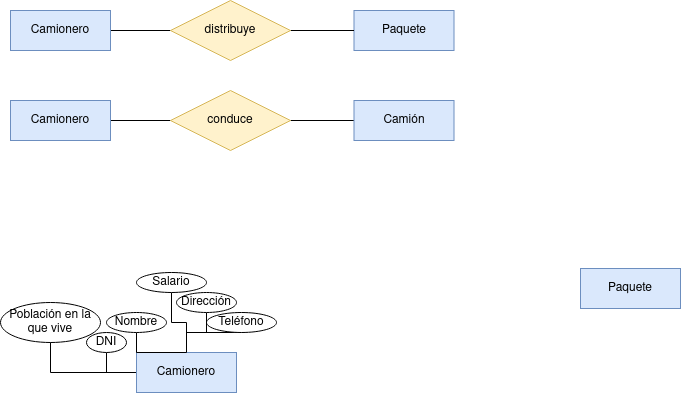
Before: Unidad-1/Tareas/Tarea-3/Diagrama Tarea 4.drawio.png, a diagram exported from draw.io (RafaelMayor/base-datos). Source tidied: cells renumbered, new cells last; positions are measured from the earlier drawing's top-left corner, leaving out a move shared by most shapes. Its diagram source:
```xml
<mxGraphModel>
  <root>
    <mxCell id="0" />
    <mxCell id="1" parent="0" />
    <mxCell id="2" style="edgeStyle=orthogonalEdgeStyle;rounded=0;jettySize=auto;html=1;entryX=0;entryY=0.5;entryDx=0;entryDy=0;endArrow=none;endFill=0;" parent="1" edge="1" source="3" target="6">
      <mxGeometry relative="1" as="geometry" />
    </mxCell>
    <mxCell id="3" value="Camionero" style="whiteSpace=wrap;html=1;align=center;fillColor=#dae8fc;strokeColor=#6c8ebf;" parent="1" vertex="1">
      <mxGeometry x="10" y="10" width="100" height="40" as="geometry" />
    </mxCell>
    <mxCell id="4" value="Paquete" style="whiteSpace=wrap;html=1;align=center;fillColor=#dae8fc;strokeColor=#6c8ebf;" parent="1" vertex="1">
      <mxGeometry x="353.5" y="10" width="100" height="40" as="geometry" />
    </mxCell>
    <mxCell id="5" style="edgeStyle=orthogonalEdgeStyle;rounded=0;jettySize=auto;html=1;entryX=0;entryY=0.5;entryDx=0;entryDy=0;endArrow=none;endFill=0;" parent="1" edge="1" source="6" target="4">
      <mxGeometry relative="1" as="geometry" />
    </mxCell>
    <mxCell id="6" value="&lt;div&gt;distribuye&lt;/div&gt;" style="shape=rhombus;perimeter=rhombusPerimeter;whiteSpace=wrap;html=1;align=center;fillColor=#fff2cc;strokeColor=#d6b656;" parent="1" vertex="1">
      <mxGeometry x="170" width="120" height="60" as="geometry" />
    </mxCell>
    <mxCell id="7" style="edgeStyle=orthogonalEdgeStyle;rounded=0;jettySize=auto;html=1;entryX=0;entryY=0.5;entryDx=0;entryDy=0;endArrow=none;endFill=0;" parent="1" edge="1" source="8" target="10">
      <mxGeometry relative="1" as="geometry" />
    </mxCell>
    <mxCell id="8" value="Camionero" style="whiteSpace=wrap;html=1;align=center;fillColor=#dae8fc;strokeColor=#6c8ebf;" parent="1" vertex="1">
      <mxGeometry x="10" y="100" width="100" height="40" as="geometry" />
    </mxCell>
    <mxCell id="9" style="edgeStyle=orthogonalEdgeStyle;rounded=0;jettySize=auto;html=1;entryX=0;entryY=0.5;entryDx=0;entryDy=0;endArrow=none;endFill=0;" parent="1" edge="1" source="10" target="11">
      <mxGeometry relative="1" as="geometry" />
    </mxCell>
    <mxCell id="10" value="conduce" style="shape=rhombus;perimeter=rhombusPerimeter;whiteSpace=wrap;html=1;align=center;fillColor=#fff2cc;strokeColor=#d6b656;" parent="1" vertex="1">
      <mxGeometry x="170" y="90" width="120" height="60" as="geometry" />
    </mxCell>
    <mxCell id="11" value="Camión" style="whiteSpace=wrap;html=1;align=center;fillColor=#dae8fc;strokeColor=#6c8ebf;" parent="1" vertex="1">
      <mxGeometry x="353.5" y="100" width="100" height="40" as="geometry" />
    </mxCell>
    <mxCell id="12" style="edgeStyle=orthogonalEdgeStyle;rounded=0;jettySize=auto;html=1;entryX=0.5;entryY=1;entryDx=0;entryDy=0;endArrow=none;endFill=0;" parent="1" edge="1" source="16" target="18">
      <mxGeometry relative="1" as="geometry" />
    </mxCell>
    <mxCell id="13" style="edgeStyle=orthogonalEdgeStyle;rounded=0;jettySize=auto;html=1;entryX=0.5;entryY=1;entryDx=0;entryDy=0;endArrow=none;endFill=0;" parent="1" edge="1" source="16" target="21">
      <mxGeometry relative="1" as="geometry" />
    </mxCell>
    <mxCell id="14" style="edgeStyle=orthogonalEdgeStyle;rounded=0;jettySize=auto;html=1;entryX=0.5;entryY=1;entryDx=0;entryDy=0;endArrow=none;endFill=0;" parent="1" edge="1" source="16" target="24">
      <mxGeometry relative="1" as="geometry" />
    </mxCell>
    <mxCell id="15" style="edgeStyle=orthogonalEdgeStyle;rounded=0;jettySize=auto;html=1;endArrow=none;endFill=0;entryX=0.5;entryY=0.9;entryDx=0;entryDy=0;entryPerimeter=0;" parent="1" edge="1" source="16" target="25">
      <mxGeometry relative="1" as="geometry" />
    </mxCell>
    <mxCell id="16" value="Camionero" style="whiteSpace=wrap;html=1;align=center;fillColor=#dae8fc;strokeColor=#6c8ebf;" parent="1" vertex="1">
      <mxGeometry x="136" y="352" width="100" height="40" as="geometry" />
    </mxCell>
    <mxCell id="17" value="Paquete" style="whiteSpace=wrap;html=1;align=center;fillColor=#dae8fc;strokeColor=#6c8ebf;" parent="1" vertex="1">
      <mxGeometry x="580" y="268" width="100" height="40" as="geometry" />
    </mxCell>
    <mxCell id="18" value="DNI" style="ellipse;whiteSpace=wrap;html=1;align=center;" parent="1" vertex="1">
      <mxGeometry x="86" y="332" width="40" height="20" as="geometry" />
    </mxCell>
    <mxCell id="19" style="edgeStyle=orthogonalEdgeStyle;rounded=0;jettySize=auto;html=1;entryX=0.5;entryY=0;entryDx=0;entryDy=0;endArrow=none;endFill=0;" parent="1" edge="1" source="20" target="16">
      <mxGeometry relative="1" as="geometry" />
    </mxCell>
    <mxCell id="20" value="Nombre" style="ellipse;whiteSpace=wrap;html=1;align=center;" parent="1" vertex="1">
      <mxGeometry x="106" y="312" width="60" height="20" as="geometry" />
    </mxCell>
    <mxCell id="21" value="Teléfono" style="ellipse;whiteSpace=wrap;html=1;align=center;" parent="1" vertex="1">
      <mxGeometry x="206" y="312" width="70" height="20" as="geometry" />
    </mxCell>
    <mxCell id="22" style="edgeStyle=orthogonalEdgeStyle;rounded=0;jettySize=auto;html=1;exitX=0.5;exitY=1;exitDx=0;exitDy=0;entryX=0.5;entryY=0;entryDx=0;entryDy=0;endArrow=none;endFill=0;" parent="1" edge="1" source="23" target="16">
      <mxGeometry relative="1" as="geometry" />
    </mxCell>
    <mxCell id="23" value="Dirección" style="ellipse;whiteSpace=wrap;html=1;align=center;" parent="1" vertex="1">
      <mxGeometry x="176" y="292" width="60" height="20" as="geometry" />
    </mxCell>
    <mxCell id="24" value="Salario" style="ellipse;whiteSpace=wrap;html=1;align=center;" parent="1" vertex="1">
      <mxGeometry x="136" y="272" width="70" height="20" as="geometry" />
    </mxCell>
    <mxCell id="25" value="Población en la que vive" style="ellipse;whiteSpace=wrap;html=1;align=center;" parent="1" vertex="1">
      <mxGeometry y="302" width="100" height="40" as="geometry" />
    </mxCell>
  </root>
</mxGraphModel>
```
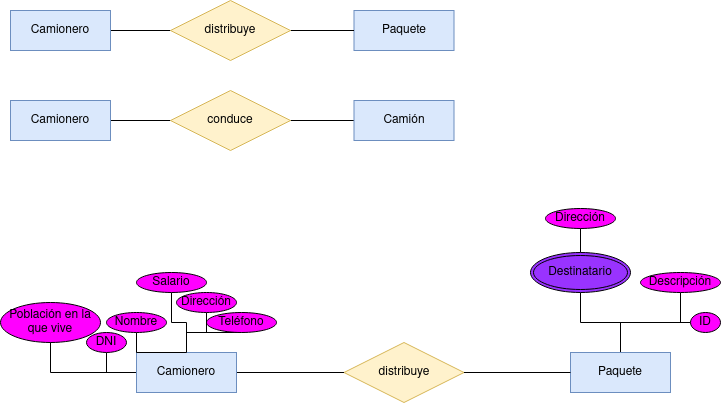
After the commit.

The edit, as a diff of the source:
```diff
@@ -44,35 +44,68 @@
     <mxCell id="15" style="edgeStyle=orthogonalEdgeStyle;rounded=0;jettySize=auto;html=1;endArrow=none;endFill=0;entryX=0.5;entryY=0.9;entryDx=0;entryDy=0;entryPerimeter=0;" parent="1" edge="1" source="16" target="25">
       <mxGeometry relative="1" as="geometry" />
     </mxCell>
+    <mxCell id="26" style="edgeStyle=orthogonalEdgeStyle;rounded=0;jettySize=auto;html=1;entryX=0;entryY=0.5;entryDx=0;entryDy=0;endArrow=none;endFill=0;" parent="1" edge="1" source="16" target="36">
+      <mxGeometry relative="1" as="geometry" />
+    </mxCell>
     <mxCell id="16" value="Camionero" style="whiteSpace=wrap;html=1;align=center;fillColor=#dae8fc;strokeColor=#6c8ebf;" parent="1" vertex="1">
       <mxGeometry x="136" y="352" width="100" height="40" as="geometry" />
     </mxCell>
+    <mxCell id="27" style="edgeStyle=orthogonalEdgeStyle;rounded=0;jettySize=auto;html=1;entryX=0;entryY=0.5;entryDx=0;entryDy=0;endArrow=none;endFill=0;exitX=0.5;exitY=0;exitDx=0;exitDy=0;" parent="1" edge="1" source="17" target="30">
+      <mxGeometry relative="1" as="geometry" />
+    </mxCell>
+    <mxCell id="28" style="edgeStyle=orthogonalEdgeStyle;rounded=0;jettySize=auto;html=1;entryX=0.5;entryY=1;entryDx=0;entryDy=0;endArrow=none;endFill=0;" parent="1" edge="1" source="17" target="34">
+      <mxGeometry relative="1" as="geometry" />
+    </mxCell>
+    <mxCell id="29" style="edgeStyle=orthogonalEdgeStyle;rounded=0;jettySize=auto;html=1;entryX=0.5;entryY=1;entryDx=0;entryDy=0;endArrow=none;endFill=0;" parent="1" edge="1" source="17" target="31">
+      <mxGeometry relative="1" as="geometry" />
+    </mxCell>
     <mxCell id="17" value="Paquete" style="whiteSpace=wrap;html=1;align=center;fillColor=#dae8fc;strokeColor=#6c8ebf;" parent="1" vertex="1">
-      <mxGeometry x="580" y="268" width="100" height="40" as="geometry" />
+      <mxGeometry x="570" y="352" width="100" height="40" as="geometry" />
     </mxCell>
-    <mxCell id="18" value="DNI" style="ellipse;whiteSpace=wrap;html=1;align=center;" parent="1" vertex="1">
+    <mxCell id="18" value="DNI" style="ellipse;whiteSpace=wrap;html=1;align=center;fillColor=#FF00FF;" parent="1" vertex="1">
       <mxGeometry x="86" y="332" width="40" height="20" as="geometry" />
     </mxCell>
     <mxCell id="19" style="edgeStyle=orthogonalEdgeStyle;rounded=0;jettySize=auto;html=1;entryX=0.5;entryY=0;entryDx=0;entryDy=0;endArrow=none;endFill=0;" parent="1" edge="1" source="20" target="16">
       <mxGeometry relative="1" as="geometry" />
     </mxCell>
-    <mxCell id="20" value="Nombre" style="ellipse;whiteSpace=wrap;html=1;align=center;" parent="1" vertex="1">
+    <mxCell id="20" value="Nombre" style="ellipse;whiteSpace=wrap;html=1;align=center;fillColor=#FF00FF;" parent="1" vertex="1">
       <mxGeometry x="106" y="312" width="60" height="20" as="geometry" />
     </mxCell>
-    <mxCell id="21" value="Teléfono" style="ellipse;whiteSpace=wrap;html=1;align=center;" parent="1" vertex="1">
+    <mxCell id="21" value="Teléfono" style="ellipse;whiteSpace=wrap;html=1;align=center;fillColor=#FF00FF;" parent="1" vertex="1">
       <mxGeometry x="206" y="312" width="70" height="20" as="geometry" />
     </mxCell>
     <mxCell id="22" style="edgeStyle=orthogonalEdgeStyle;rounded=0;jettySize=auto;html=1;exitX=0.5;exitY=1;exitDx=0;exitDy=0;entryX=0.5;entryY=0;entryDx=0;entryDy=0;endArrow=none;endFill=0;" parent="1" edge="1" source="23" target="16">
       <mxGeometry relative="1" as="geometry" />
     </mxCell>
-    <mxCell id="23" value="Dirección" style="ellipse;whiteSpace=wrap;html=1;align=center;" parent="1" vertex="1">
+    <mxCell id="23" value="Dirección" style="ellipse;whiteSpace=wrap;html=1;align=center;fillColor=#FF00FF;" parent="1" vertex="1">
       <mxGeometry x="176" y="292" width="60" height="20" as="geometry" />
     </mxCell>
-    <mxCell id="24" value="Salario" style="ellipse;whiteSpace=wrap;html=1;align=center;" parent="1" vertex="1">
+    <mxCell id="24" value="Salario" style="ellipse;whiteSpace=wrap;html=1;align=center;fillColor=#FF00FF;" parent="1" vertex="1">
       <mxGeometry x="136" y="272" width="70" height="20" as="geometry" />
     </mxCell>
-    <mxCell id="25" value="Población en la que vive" style="ellipse;whiteSpace=wrap;html=1;align=center;" parent="1" vertex="1">
+    <mxCell id="25" value="Población en la que vive" style="ellipse;whiteSpace=wrap;html=1;align=center;fillColor=#FF00FF;" parent="1" vertex="1">
       <mxGeometry y="302" width="100" height="40" as="geometry" />
     </mxCell>
+    <mxCell id="30" value="ID" style="ellipse;whiteSpace=wrap;html=1;align=center;fillColor=#FF00FF;" parent="1" vertex="1">
+      <mxGeometry x="690" y="312" width="30" height="20" as="geometry" />
+    </mxCell>
+    <mxCell id="31" value="Descripción" style="ellipse;whiteSpace=wrap;html=1;align=center;fillColor=#FF00FF;" parent="1" vertex="1">
+      <mxGeometry x="640" y="272" width="80" height="20" as="geometry" />
+    </mxCell>
+    <mxCell id="32" value="Dirección" style="ellipse;whiteSpace=wrap;html=1;align=center;fillColor=#FF00FF;" parent="1" vertex="1">
+      <mxGeometry x="545" y="208" width="70" height="20" as="geometry" />
+    </mxCell>
+    <mxCell id="33" style="edgeStyle=orthogonalEdgeStyle;rounded=0;jettySize=auto;html=1;entryX=0.5;entryY=1;entryDx=0;entryDy=0;endArrow=none;endFill=0;" parent="1" edge="1" source="34" target="32">
+      <mxGeometry relative="1" as="geometry" />
+    </mxCell>
+    <mxCell id="34" value="Destinatario" style="ellipse;shape=doubleEllipse;margin=3;whiteSpace=wrap;html=1;align=center;fillColor=#9933FF;" parent="1" vertex="1">
+      <mxGeometry x="530" y="252" width="100" height="40" as="geometry" />
+    </mxCell>
+    <mxCell id="35" style="edgeStyle=orthogonalEdgeStyle;rounded=0;jettySize=auto;html=1;entryX=0;entryY=0.5;entryDx=0;entryDy=0;endArrow=none;endFill=0;" parent="1" edge="1" source="36" target="17">
+      <mxGeometry relative="1" as="geometry" />
+    </mxCell>
+    <mxCell id="36" value="distribuye" style="shape=rhombus;perimeter=rhombusPerimeter;whiteSpace=wrap;html=1;align=center;fillColor=#fff2cc;strokeColor=#d6b656;" parent="1" vertex="1">
+      <mxGeometry x="343.5" y="342" width="120" height="60" as="geometry" />
+    </mxCell>
   </root>
 </mxGraphModel>
```
